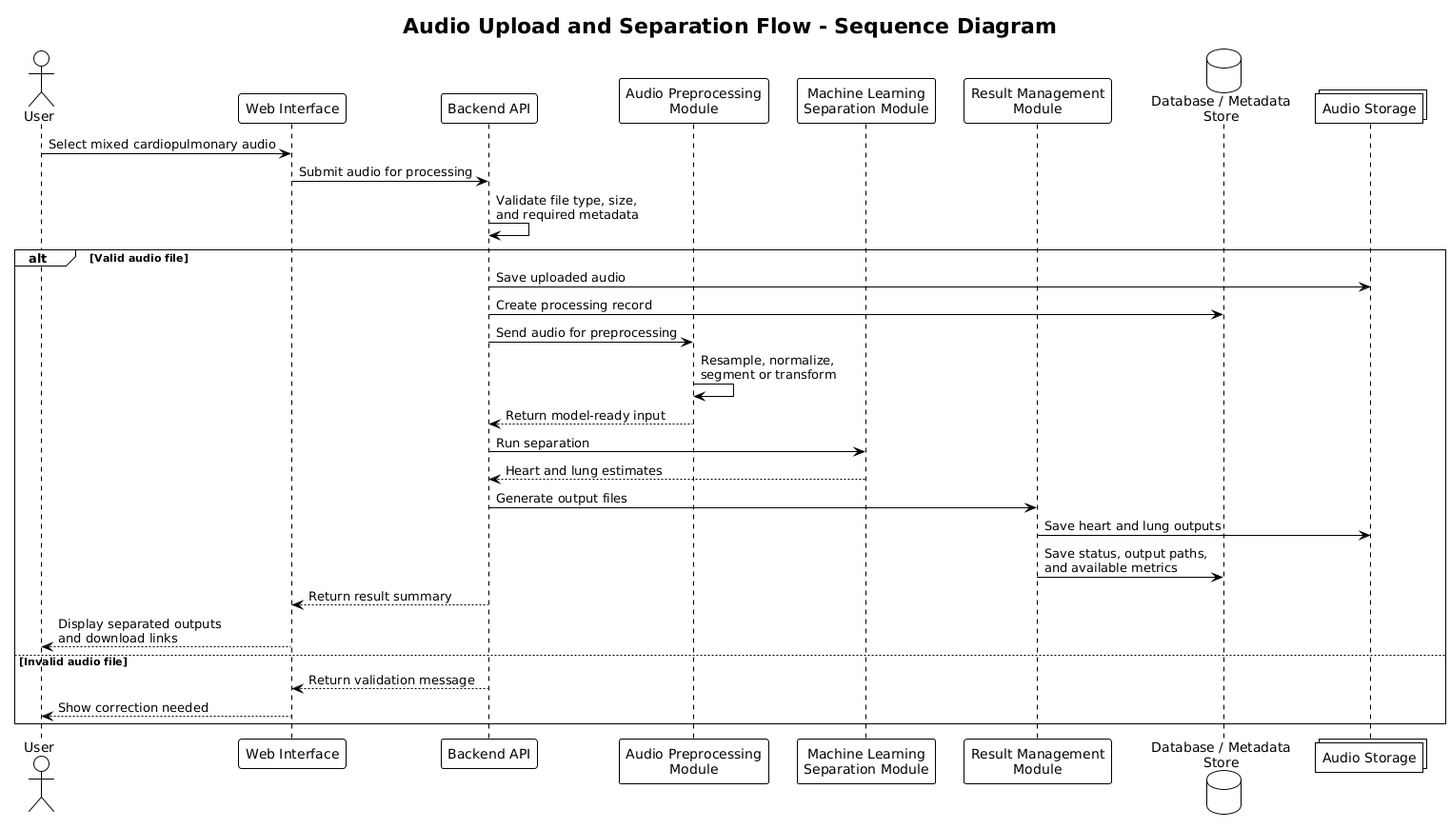
This is report/generated/figures/plantuml/sequence_diagram.png from ASHRAF-2004/fyp-cardiopulmonary-sound-separation-report, a PlantUML export, as it was before one commit. Source of this version:
```plantuml
@startuml
!theme plain
title Audio Upload and Separation Flow - Sequence Diagram

actor "User" as User
participant "Web Interface" as Web
participant "Backend API" as API
participant "Audio Preprocessing\nModule" as Preprocess
participant "Machine Learning\nSeparation Module" as Model
participant "Result Management\nModule" as Result
database "Database / Metadata\nStore" as DB
collections "Audio Storage" as Store

User -> Web : Select mixed cardiopulmonary audio
Web -> API : Submit audio for processing
API -> API : Validate file type, size,\nand required metadata

alt Valid audio file
  API -> Store : Save uploaded audio
  API -> DB : Create processing record
  API -> Preprocess : Send audio for preprocessing
  Preprocess -> Preprocess : Resample, normalize,\nsegment or transform
  Preprocess --> API : Return model-ready input
  API -> Model : Run separation
  Model --> API : Heart and lung estimates
  API -> Result : Generate output files
  Result -> Store : Save heart and lung outputs
  Result -> DB : Save status, output paths,\nand available metrics
  API --> Web : Return result summary
  Web --> User : Display separated outputs\nand download links
else Invalid audio file
  API --> Web : Return validation message
  Web --> User : Show correction needed
end

@enduml
```
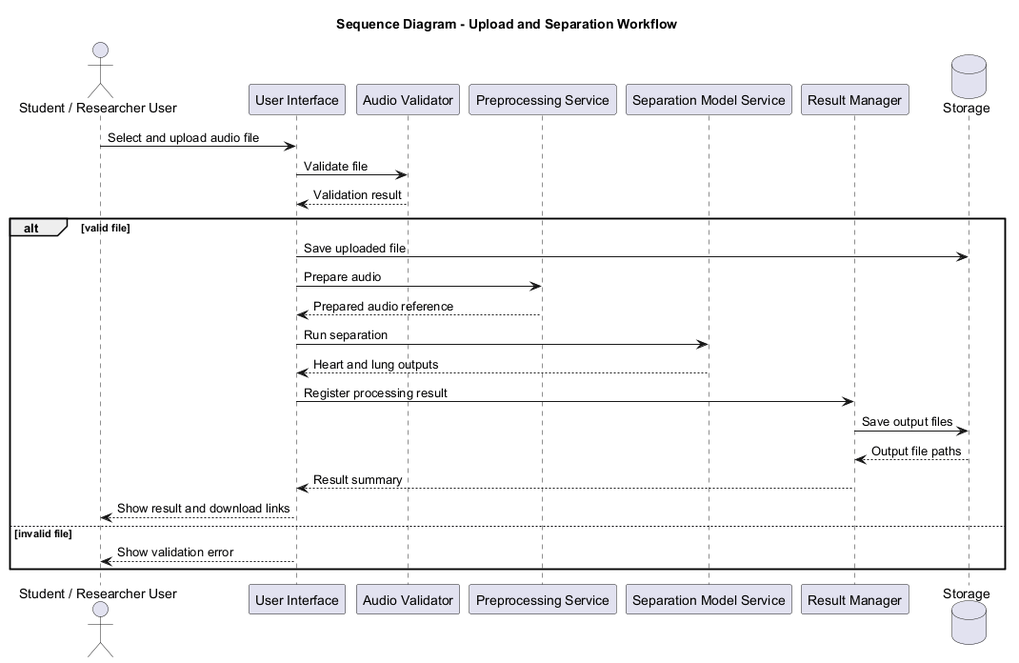
Above is the later version.

What changed in the source:
```diff
@@ -1,36 +1,31 @@
 @startuml
-!theme plain
-title Audio Upload and Separation Flow - Sequence Diagram
+title Sequence Diagram - Upload and Separation Workflow
 
-actor "User" as User
-participant "Web Interface" as Web
-participant "Backend API" as API
-participant "Audio Preprocessing\nModule" as Preprocess
-participant "Machine Learning\nSeparation Module" as Model
-participant "Result Management\nModule" as Result
-database "Database / Metadata\nStore" as DB
-collections "Audio Storage" as Store
+actor "Student / Researcher User" as User
+participant "User Interface" as UI
+participant "Audio Validator" as Validator
+participant "Preprocessing Service" as Preprocess
+participant "Separation Model Service" as Model
+participant "Result Manager" as Result
+database "Storage" as Storage
 
-User -> Web : Select mixed cardiopulmonary audio
-Web -> API : Submit audio for processing
-API -> API : Validate file type, size,\nand required metadata
+User -> UI : Select and upload audio file
+UI -> Validator : Validate file
+Validator --> UI : Validation result
 
-alt Valid audio file
-  API -> Store : Save uploaded audio
-  API -> DB : Create processing record
-  API -> Preprocess : Send audio for preprocessing
-  Preprocess -> Preprocess : Resample, normalize,\nsegment or transform
-  Preprocess --> API : Return model-ready input
-  API -> Model : Run separation
-  Model --> API : Heart and lung estimates
-  API -> Result : Generate output files
-  Result -> Store : Save heart and lung outputs
-  Result -> DB : Save status, output paths,\nand available metrics
-  API --> Web : Return result summary
-  Web --> User : Display separated outputs\nand download links
-else Invalid audio file
-  API --> Web : Return validation message
-  Web --> User : Show correction needed
+alt valid file
+  UI -> Storage : Save uploaded file
+  UI -> Preprocess : Prepare audio
+  Preprocess --> UI : Prepared audio reference
+  UI -> Model : Run separation
+  Model --> UI : Heart and lung outputs
+  UI -> Result : Register processing result
+  Result -> Storage : Save output files
+  Storage --> Result : Output file paths
+  Result --> UI : Result summary
+  UI --> User : Show result and download links
+else invalid file
+  UI --> User : Show validation error
 end
 
 @enduml
```
